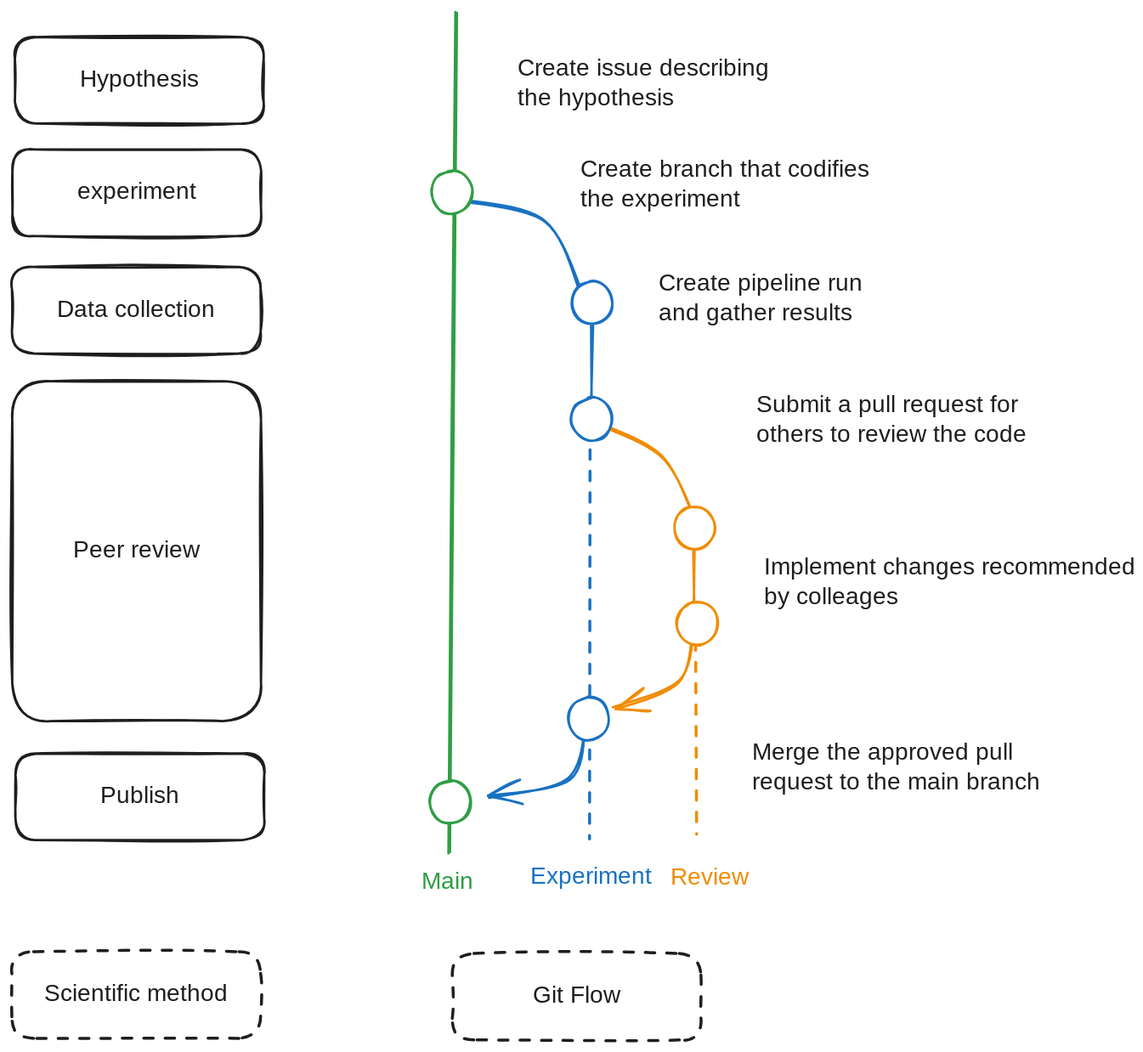
Above: docs/src/blog/posts/infrastructure_stack/attachments/scientific_method.excalidraw.svg in everycure-org/matrix (Excalidraw), before the change. Source tidied: one line per element, renumbered; positions are measured from the earlier drawing's top-left corner, leaving out a move shared by most shapes. The source it was exported from:
```json
{"id": 0, "type": "line", "strokeColor": "#f08c00", "backgroundColor": "#ffffff", "fillStyle": "solid", "strokeWidth": 2, "roughness": 1, "round": true, "x": 574, "y": 432, "width": 0, "height": 83, "points": [[0, 0], [0, 83]]}
{"id": 1, "type": "line", "strokeColor": "#2f9e44", "strokeWidth": 2, "roughness": 1, "round": true, "x": 374, "y": 0, "width": 5, "height": 707, "points": [[0, 0], [-5, 707]]}
{"id": 2, "type": "rectangle", "strokeColor": "#1e1e1e", "backgroundColor": "#ffffff", "fillStyle": "solid", "strokeWidth": 2, "roughness": 1, "round": true, "x": 3, "y": 21, "width": 209, "height": 73}
{"id": 3, "type": "text", "text": "Hypothesis", "strokeColor": "#1e1e1e", "backgroundColor": "#ffffff", "fillStyle": "solid", "strokeWidth": 2, "roughness": 1, "fontSize": 20, "fontFamily": 1, "textAlign": "center", "verticalAlign": "middle", "inside": 2, "x": 57, "y": 45, "width": 100, "height": 25}
{"id": 4, "type": "rectangle", "strokeColor": "#1e1e1e", "backgroundColor": "#ffffff", "fillStyle": "solid", "strokeWidth": 2, "roughness": 1, "round": true, "x": 0, "y": 116, "width": 209, "height": 73}
{"id": 5, "type": "text", "text": "experiment", "strokeColor": "#1e1e1e", "backgroundColor": "#ffffff", "fillStyle": "solid", "strokeWidth": 2, "roughness": 1, "fontSize": 20, "fontFamily": 1, "textAlign": "center", "verticalAlign": "middle", "inside": 4, "x": 55, "y": 140, "width": 100, "height": 25}
{"id": 6, "type": "rectangle", "strokeColor": "#1e1e1e", "backgroundColor": "#ffffff", "fillStyle": "solid", "strokeWidth": 2, "roughness": 1, "round": true, "x": 0, "y": 214, "width": 209, "height": 73}
{"id": 7, "type": "text", "text": "Data collection", "strokeColor": "#1e1e1e", "backgroundColor": "#ffffff", "fillStyle": "solid", "strokeWidth": 2, "roughness": 1, "fontSize": 20, "fontFamily": 1, "textAlign": "center", "verticalAlign": "middle", "inside": 6, "x": 28, "y": 238, "width": 152, "height": 25}
{"id": 8, "type": "rectangle", "strokeColor": "#1e1e1e", "backgroundColor": "#ffffff", "fillStyle": "solid", "strokeWidth": 2, "roughness": 1, "round": true, "x": 0, "y": 311, "width": 209, "height": 286}
{"id": 9, "type": "text", "text": "Peer review", "strokeColor": "#1e1e1e", "backgroundColor": "#ffffff", "fillStyle": "solid", "strokeWidth": 2, "roughness": 1, "fontSize": 20, "fontFamily": 1, "textAlign": "center", "verticalAlign": "middle", "inside": 8, "x": 49, "y": 441, "width": 111, "height": 25}
{"id": 10, "type": "rectangle", "strokeColor": "#1e1e1e", "backgroundColor": "#ffffff", "fillStyle": "solid", "strokeWidth": 2, "roughness": 1, "round": true, "x": 3, "y": 623, "width": 209, "height": 73}
{"id": 11, "type": "text", "text": "Publish", "strokeColor": "#1e1e1e", "backgroundColor": "#ffffff", "fillStyle": "solid", "strokeWidth": 2, "roughness": 1, "fontSize": 20, "fontFamily": 1, "textAlign": "center", "verticalAlign": "middle", "inside": 10, "x": 75, "y": 647, "width": 65, "height": 25}
{"id": 12, "type": "line", "strokeColor": "#1971c2", "backgroundColor": "#ffffff", "fillStyle": "solid", "strokeWidth": 2, "roughness": 1, "round": true, "x": 372, "y": 159, "width": 107, "height": 80, "points": [[0, 0], [76, 17], [107, 80]]}
{"id": 13, "type": "ellipse", "strokeColor": "#2f9e44", "backgroundColor": "#ffffff", "fillStyle": "solid", "strokeWidth": 2, "roughness": 1, "round": true, "x": 353, "y": 134, "width": 34, "height": 36}
{"id": 14, "type": "text", "text": "Create issue describing\nthe hypothesis", "strokeColor": "#1e1e1e", "backgroundColor": "#ffffff", "fillStyle": "solid", "strokeWidth": 2, "roughness": 1, "fontSize": 20, "fontFamily": 1, "x": 425, "y": 35, "width": 226, "height": 50}
{"id": 15, "type": "text", "text": "Main", "strokeColor": "#2f9e44", "backgroundColor": "#ffffff", "fillStyle": "solid", "strokeWidth": 2, "roughness": 1, "fontSize": 20, "fontFamily": 1, "x": 345, "y": 719, "width": 42, "height": 25}
{"id": 16, "type": "line", "strokeColor": "#1971c2", "backgroundColor": "#ffffff", "fillStyle": "solid", "strokeWidth": 2, "roughness": 1, "round": true, "x": 487, "y": 245, "width": 0, "height": 102, "points": [[0, 0], [0, 102]]}
{"id": 17, "type": "ellipse", "strokeColor": "#1971c2", "backgroundColor": "#ffffff", "fillStyle": "solid", "strokeWidth": 2, "roughness": 1, "round": true, "x": 470, "y": 226, "width": 34, "height": 36}
{"id": 18, "type": "text", "text": "Experiment", "strokeColor": "#1971c2", "backgroundColor": "#ffffff", "fillStyle": "solid", "strokeWidth": 2, "roughness": 1, "fontSize": 20, "fontFamily": 1, "x": 436, "y": 715, "width": 103, "height": 25}
{"id": 19, "type": "text", "text": "Create pipeline run\nand gather results", "strokeColor": "#1e1e1e", "backgroundColor": "#ffffff", "fillStyle": "solid", "strokeWidth": 2, "roughness": 1, "fontSize": 20, "fontFamily": 1, "x": 544, "y": 216, "width": 187, "height": 50}
{"id": 20, "type": "text", "text": "Submit a pull request for\nothers to review the code", "strokeColor": "#1e1e1e", "backgroundColor": "#ffffff", "fillStyle": "solid", "strokeWidth": 2, "roughness": 1, "fontSize": 20, "fontFamily": 1, "x": 626, "y": 318, "width": 258, "height": 50}
{"id": 21, "type": "line", "strokeColor": "#1971c2", "backgroundColor": "#ffffff", "fillStyle": "solid", "strokeWidth": 2, "strokeStyle": "dashed", "roughness": 1, "round": true, "x": 486, "y": 350, "width": 0, "height": 346, "points": [[0, 0], [0, 346]]}
{"id": 22, "type": "ellipse", "strokeColor": "#2f9e44", "backgroundColor": "#ffffff", "fillStyle": "solid", "strokeWidth": 2, "roughness": 1, "round": true, "x": 351, "y": 646, "width": 34, "height": 36}
{"id": 23, "type": "arrow", "strokeColor": "#1971c2", "backgroundColor": "#ffffff", "fillStyle": "solid", "strokeWidth": 2, "roughness": 1, "endArrowhead": "arrow", "round": true, "to": 22, "x": 482, "y": 596, "width": 81, "height": 64, "points": [[0, 0], [-14, 50], [-81, 64]]}
{"id": 24, "type": "text", "text": "Merge the approved pull\nrequest to the main branch", "strokeColor": "#1e1e1e", "backgroundColor": "#ffffff", "fillStyle": "solid", "strokeWidth": 2, "roughness": 1, "fontSize": 20, "fontFamily": 1, "x": 622, "y": 611, "width": 270, "height": 50}
{"id": 25, "type": "line", "strokeColor": "#f08c00", "angle": 3.17, "backgroundColor": "#ffffff", "fillStyle": "solid", "strokeWidth": 2, "roughness": 1, "round": true, "x": 489, "y": 346, "width": 87, "height": 79, "points": [[0, 0], [31, 53], [87, 79]]}
{"id": 26, "type": "ellipse", "strokeColor": "#1971c2", "backgroundColor": "#ffffff", "fillStyle": "solid", "strokeWidth": 2, "roughness": 1, "round": true, "x": 470, "y": 324, "width": 34, "height": 36}
{"id": 27, "type": "ellipse", "strokeColor": "#f08c00", "backgroundColor": "#ffffff", "fillStyle": "solid", "strokeWidth": 2, "roughness": 1, "round": true, "x": 557, "y": 416, "width": 34, "height": 36}
{"id": 28, "type": "line", "strokeColor": "#f08c00", "backgroundColor": "#ffffff", "fillStyle": "solid", "strokeWidth": 2, "strokeStyle": "dashed", "roughness": 1, "round": true, "x": 575, "y": 512, "width": 1, "height": 180, "points": [[0, 0], [-1, 180]]}
{"id": 29, "type": "ellipse", "strokeColor": "#1971c2", "backgroundColor": "#ffffff", "fillStyle": "solid", "strokeWidth": 2, "roughness": 1, "round": true, "x": 468, "y": 576, "width": 34, "height": 36}
{"id": 30, "type": "arrow", "strokeColor": "#f08c00", "backgroundColor": "#ffffff", "fillStyle": "solid", "strokeWidth": 2, "roughness": 1, "endArrowhead": "arrow", "round": true, "to": 29, "x": 573, "y": 516, "width": 66, "height": 68, "points": [[0, 0], [-13, 46], [-66, 68]]}
{"id": 31, "type": "ellipse", "strokeColor": "#f08c00", "backgroundColor": "#ffffff", "fillStyle": "solid", "strokeWidth": 2, "roughness": 1, "round": true, "x": 559, "y": 496, "width": 34, "height": 36}
{"id": 32, "type": "text", "text": "Implement changes recommended\nby colleages", "strokeColor": "#1e1e1e", "backgroundColor": "#ffffff", "fillStyle": "solid", "strokeWidth": 2, "roughness": 1, "fontSize": 20, "fontFamily": 1, "x": 633, "y": 455, "width": 308, "height": 50}
{"id": 33, "type": "text", "text": "Review", "strokeColor": "#f08c00", "backgroundColor": "#ffffff", "fillStyle": "solid", "strokeWidth": 2, "roughness": 1, "fontSize": 20, "fontFamily": 1, "x": 554, "y": 716, "width": 62, "height": 25}
{"id": 34, "type": "rectangle", "strokeColor": "#1e1e1e", "backgroundColor": "#ffffff", "fillStyle": "solid", "strokeWidth": 2, "strokeStyle": "dashed", "roughness": 1, "round": true, "x": 0, "y": 790, "width": 209, "height": 73}
{"id": 35, "type": "text", "text": "Scientific method", "strokeColor": "#1e1e1e", "backgroundColor": "#ffffff", "fillStyle": "solid", "strokeWidth": 2, "roughness": 1, "fontSize": 20, "fontFamily": 1, "textAlign": "center", "verticalAlign": "middle", "inside": 34, "x": 23, "y": 814, "width": 164, "height": 25}
{"id": 36, "type": "rectangle", "strokeColor": "#1e1e1e", "backgroundColor": "#ffffff", "fillStyle": "solid", "strokeWidth": 2, "strokeStyle": "dashed", "roughness": 1, "round": true, "x": 370, "y": 792, "width": 209, "height": 73}
{"id": 37, "type": "text", "text": "Git Flow", "strokeColor": "#1e1e1e", "backgroundColor": "#ffffff", "fillStyle": "solid", "strokeWidth": 2, "roughness": 1, "fontSize": 20, "fontFamily": 1, "textAlign": "center", "verticalAlign": "middle", "inside": 36, "x": 434, "y": 815, "width": 81, "height": 25}
{"id": 38, "type": "text", "text": "Create branch that codifies\nthe experiment", "strokeColor": "#1e1e1e", "backgroundColor": "#ffffff", "fillStyle": "solid", "strokeWidth": 2, "roughness": 1, "fontSize": 20, "fontFamily": 1, "x": 478, "y": 121, "width": 278, "height": 50}
```
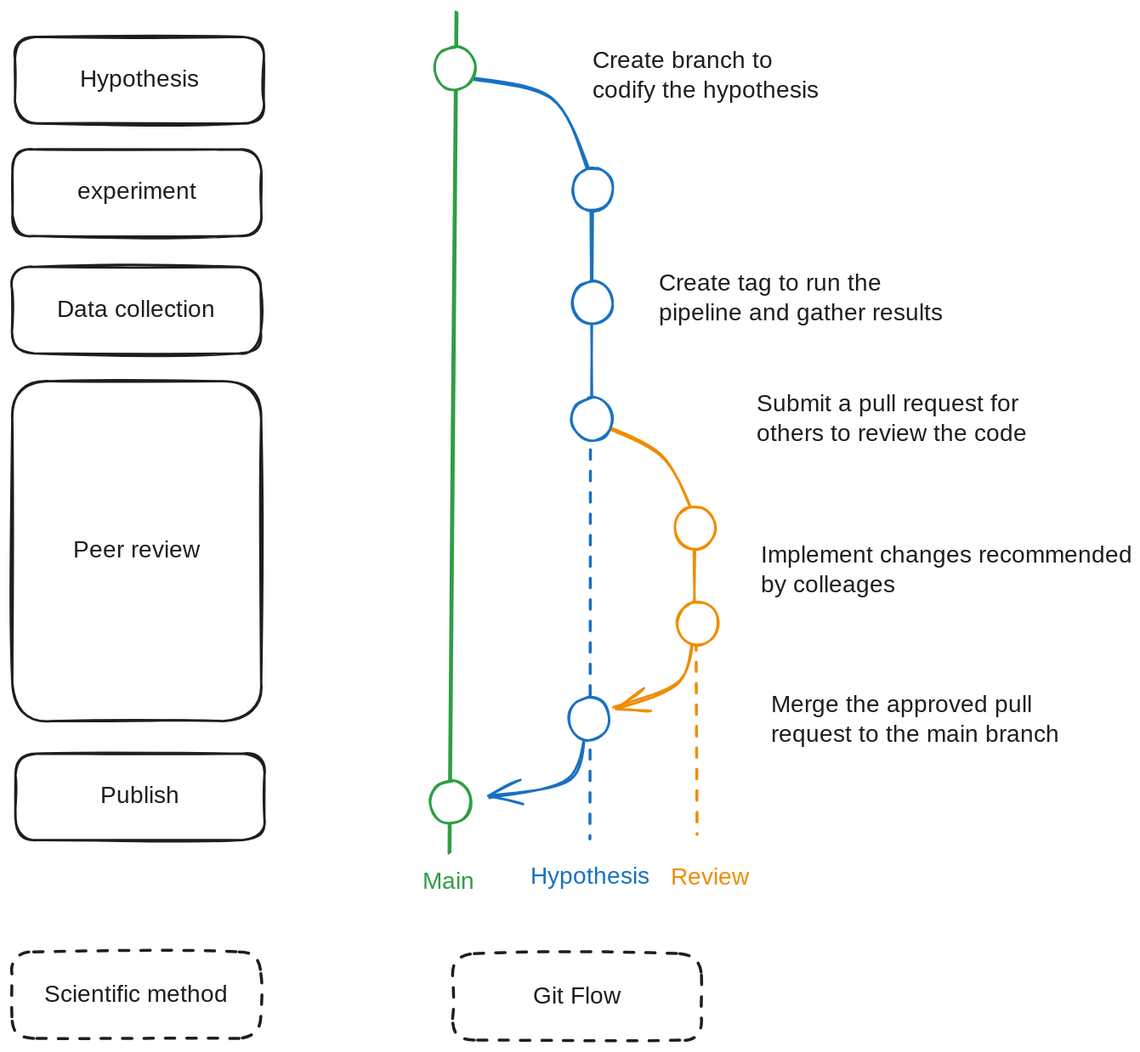
After the commit.

What changed in the source:
```diff
@@ -10,19 +10,20 @@
 {"id": 9, "type": "text", "text": "Peer review", "strokeColor": "#1e1e1e", "backgroundColor": "#ffffff", "fillStyle": "solid", "strokeWidth": 2, "roughness": 1, "fontSize": 20, "fontFamily": 1, "textAlign": "center", "verticalAlign": "middle", "inside": 8, "x": 49, "y": 441, "width": 111, "height": 25}
 {"id": 10, "type": "rectangle", "strokeColor": "#1e1e1e", "backgroundColor": "#ffffff", "fillStyle": "solid", "strokeWidth": 2, "roughness": 1, "round": true, "x": 3, "y": 623, "width": 209, "height": 73}
 {"id": 11, "type": "text", "text": "Publish", "strokeColor": "#1e1e1e", "backgroundColor": "#ffffff", "fillStyle": "solid", "strokeWidth": 2, "roughness": 1, "fontSize": 20, "fontFamily": 1, "textAlign": "center", "verticalAlign": "middle", "inside": 10, "x": 75, "y": 647, "width": 65, "height": 25}
-{"id": 12, "type": "line", "strokeColor": "#1971c2", "backgroundColor": "#ffffff", "fillStyle": "solid", "strokeWidth": 2, "roughness": 1, "round": true, "x": 372, "y": 159, "width": 107, "height": 80, "points": [[0, 0], [76, 17], [107, 80]]}
+{"id": 12, "type": "line", "strokeColor": "#1971c2", "backgroundColor": "#ffffff", "fillStyle": "solid", "strokeWidth": 2, "roughness": 1, "round": true, "x": 378, "y": 56, "width": 107, "height": 80, "points": [[0, 0], [76, 17], [107, 80]]}
-{"id": 13, "type": "ellipse", "strokeColor": "#2f9e44", "backgroundColor": "#ffffff", "fillStyle": "solid", "strokeWidth": 2, "roughness": 1, "round": true, "x": 353, "y": 134, "width": 34, "height": 36}
+{"id": 13, "type": "ellipse", "strokeColor": "#2f9e44", "backgroundColor": "#ffffff", "fillStyle": "solid", "strokeWidth": 2, "roughness": 1, "round": true, "x": 355, "y": 29, "width": 34, "height": 36}
-{"id": 14, "type": "text", "text": "Create issue describing\nthe hypothesis", "strokeColor": "#1e1e1e", "backgroundColor": "#ffffff", "fillStyle": "solid", "strokeWidth": 2, "roughness": 1, "fontSize": 20, "fontFamily": 1, "x": 425, "y": 35, "width": 226, "height": 50}
+{"id": 14, "type": "text", "text": "Create branch to\ncodify the hypothesis", "strokeColor": "#1e1e1e", "backgroundColor": "#ffffff", "fillStyle": "solid", "strokeWidth": 2, "roughness": 1, "fontSize": 20, "fontFamily": 1, "x": 488, "y": 29, "width": 207, "height": 50}
 {"id": 15, "type": "text", "text": "Main", "strokeColor": "#2f9e44", "backgroundColor": "#ffffff", "fillStyle": "solid", "strokeWidth": 2, "roughness": 1, "fontSize": 20, "fontFamily": 1, "x": 345, "y": 719, "width": 42, "height": 25}
-{"id": 16, "type": "line", "strokeColor": "#1971c2", "backgroundColor": "#ffffff", "fillStyle": "solid", "strokeWidth": 2, "roughness": 1, "round": true, "x": 487, "y": 245, "width": 0, "height": 102, "points": [[0, 0], [0, 102]]}
+{"id": 16, "type": "line", "strokeColor": "#1971c2", "backgroundColor": "#ffffff", "fillStyle": "solid", "strokeWidth": 2, "roughness": 1, "round": true, "x": 486, "y": 151, "width": 1, "height": 196, "points": [[0, 0], [1, 196]]}
 {"id": 17, "type": "ellipse", "strokeColor": "#1971c2", "backgroundColor": "#ffffff", "fillStyle": "solid", "strokeWidth": 2, "roughness": 1, "round": true, "x": 470, "y": 226, "width": 34, "height": 36}
+{"id": 39, "type": "ellipse", "strokeColor": "#1971c2", "backgroundColor": "#ffffff", "fillStyle": "solid", "strokeWidth": 2, "roughness": 1, "round": true, "x": 471, "y": 131, "width": 34, "height": 36}
-{"id": 18, "type": "text", "text": "Experiment", "strokeColor": "#1971c2", "backgroundColor": "#ffffff", "fillStyle": "solid", "strokeWidth": 2, "roughness": 1, "fontSize": 20, "fontFamily": 1, "x": 436, "y": 715, "width": 103, "height": 25}
+{"id": 18, "type": "text", "text": "Hypothesis", "strokeColor": "#1971c2", "backgroundColor": "#ffffff", "fillStyle": "solid", "strokeWidth": 2, "roughness": 1, "fontSize": 20, "fontFamily": 1, "x": 436, "y": 715, "width": 100, "height": 25}
-{"id": 19, "type": "text", "text": "Create pipeline run\nand gather results", "strokeColor": "#1e1e1e", "backgroundColor": "#ffffff", "fillStyle": "solid", "strokeWidth": 2, "roughness": 1, "fontSize": 20, "fontFamily": 1, "x": 544, "y": 216, "width": 187, "height": 50}
+{"id": 19, "type": "text", "text": "Create tag to run the\npipeline and gather results", "strokeColor": "#1e1e1e", "backgroundColor": "#ffffff", "fillStyle": "solid", "strokeWidth": 2, "roughness": 1, "fontSize": 20, "fontFamily": 1, "x": 544, "y": 216, "width": 262, "height": 50}
 {"id": 20, "type": "text", "text": "Submit a pull request for\nothers to review the code", "strokeColor": "#1e1e1e", "backgroundColor": "#ffffff", "fillStyle": "solid", "strokeWidth": 2, "roughness": 1, "fontSize": 20, "fontFamily": 1, "x": 626, "y": 318, "width": 258, "height": 50}
 {"id": 21, "type": "line", "strokeColor": "#1971c2", "backgroundColor": "#ffffff", "fillStyle": "solid", "strokeWidth": 2, "strokeStyle": "dashed", "roughness": 1, "round": true, "x": 486, "y": 350, "width": 0, "height": 346, "points": [[0, 0], [0, 346]]}
 {"id": 22, "type": "ellipse", "strokeColor": "#2f9e44", "backgroundColor": "#ffffff", "fillStyle": "solid", "strokeWidth": 2, "roughness": 1, "round": true, "x": 351, "y": 646, "width": 34, "height": 36}
 {"id": 23, "type": "arrow", "strokeColor": "#1971c2", "backgroundColor": "#ffffff", "fillStyle": "solid", "strokeWidth": 2, "roughness": 1, "endArrowhead": "arrow", "round": true, "to": 22, "x": 482, "y": 596, "width": 81, "height": 64, "points": [[0, 0], [-14, 50], [-81, 64]]}
-{"id": 24, "type": "text", "text": "Merge the approved pull\nrequest to the main branch", "strokeColor": "#1e1e1e", "backgroundColor": "#ffffff", "fillStyle": "solid", "strokeWidth": 2, "roughness": 1, "fontSize": 20, "fontFamily": 1, "x": 622, "y": 611, "width": 270, "height": 50}
+{"id": 24, "type": "text", "text": "Merge the approved pull\nrequest to the main branch", "strokeColor": "#1e1e1e", "backgroundColor": "#ffffff", "fillStyle": "solid", "strokeWidth": 2, "roughness": 1, "fontSize": 20, "fontFamily": 1, "x": 638, "y": 571, "width": 270, "height": 50}
 {"id": 25, "type": "line", "strokeColor": "#f08c00", "angle": 3.17, "backgroundColor": "#ffffff", "fillStyle": "solid", "strokeWidth": 2, "roughness": 1, "round": true, "x": 489, "y": 346, "width": 87, "height": 79, "points": [[0, 0], [31, 53], [87, 79]]}
 {"id": 26, "type": "ellipse", "strokeColor": "#1971c2", "backgroundColor": "#ffffff", "fillStyle": "solid", "strokeWidth": 2, "roughness": 1, "round": true, "x": 470, "y": 324, "width": 34, "height": 36}
 {"id": 27, "type": "ellipse", "strokeColor": "#f08c00", "backgroundColor": "#ffffff", "fillStyle": "solid", "strokeWidth": 2, "roughness": 1, "round": true, "x": 557, "y": 416, "width": 34, "height": 36}
@@ -30,10 +31,9 @@
 {"id": 29, "type": "ellipse", "strokeColor": "#1971c2", "backgroundColor": "#ffffff", "fillStyle": "solid", "strokeWidth": 2, "roughness": 1, "round": true, "x": 468, "y": 576, "width": 34, "height": 36}
 {"id": 30, "type": "arrow", "strokeColor": "#f08c00", "backgroundColor": "#ffffff", "fillStyle": "solid", "strokeWidth": 2, "roughness": 1, "endArrowhead": "arrow", "round": true, "to": 29, "x": 573, "y": 516, "width": 66, "height": 68, "points": [[0, 0], [-13, 46], [-66, 68]]}
 {"id": 31, "type": "ellipse", "strokeColor": "#f08c00", "backgroundColor": "#ffffff", "fillStyle": "solid", "strokeWidth": 2, "roughness": 1, "round": true, "x": 559, "y": 496, "width": 34, "height": 36}
-{"id": 32, "type": "text", "text": "Implement changes recommended\nby colleages", "strokeColor": "#1e1e1e", "backgroundColor": "#ffffff", "fillStyle": "solid", "strokeWidth": 2, "roughness": 1, "fontSize": 20, "fontFamily": 1, "x": 633, "y": 455, "width": 308, "height": 50}
+{"id": 32, "type": "text", "text": "Implement changes recommended\nby colleages", "strokeColor": "#1e1e1e", "backgroundColor": "#ffffff", "fillStyle": "solid", "strokeWidth": 2, "roughness": 1, "fontSize": 20, "fontFamily": 1, "x": 629, "y": 445, "width": 308, "height": 50}
 {"id": 33, "type": "text", "text": "Review", "strokeColor": "#f08c00", "backgroundColor": "#ffffff", "fillStyle": "solid", "strokeWidth": 2, "roughness": 1, "fontSize": 20, "fontFamily": 1, "x": 554, "y": 716, "width": 62, "height": 25}
 {"id": 34, "type": "rectangle", "strokeColor": "#1e1e1e", "backgroundColor": "#ffffff", "fillStyle": "solid", "strokeWidth": 2, "strokeStyle": "dashed", "roughness": 1, "round": true, "x": 0, "y": 790, "width": 209, "height": 73}
 {"id": 35, "type": "text", "text": "Scientific method", "strokeColor": "#1e1e1e", "backgroundColor": "#ffffff", "fillStyle": "solid", "strokeWidth": 2, "roughness": 1, "fontSize": 20, "fontFamily": 1, "textAlign": "center", "verticalAlign": "middle", "inside": 34, "x": 23, "y": 814, "width": 164, "height": 25}
 {"id": 36, "type": "rectangle", "strokeColor": "#1e1e1e", "backgroundColor": "#ffffff", "fillStyle": "solid", "strokeWidth": 2, "strokeStyle": "dashed", "roughness": 1, "round": true, "x": 370, "y": 792, "width": 209, "height": 73}
 {"id": 37, "type": "text", "text": "Git Flow", "strokeColor": "#1e1e1e", "backgroundColor": "#ffffff", "fillStyle": "solid", "strokeWidth": 2, "roughness": 1, "fontSize": 20, "fontFamily": 1, "textAlign": "center", "verticalAlign": "middle", "inside": 36, "x": 434, "y": 815, "width": 81, "height": 25}
-{"id": 38, "type": "text", "text": "Create branch that codifies\nthe experiment", "strokeColor": "#1e1e1e", "backgroundColor": "#ffffff", "fillStyle": "solid", "strokeWidth": 2, "roughness": 1, "fontSize": 20, "fontFamily": 1, "x": 478, "y": 121, "width": 278, "height": 50}
```
